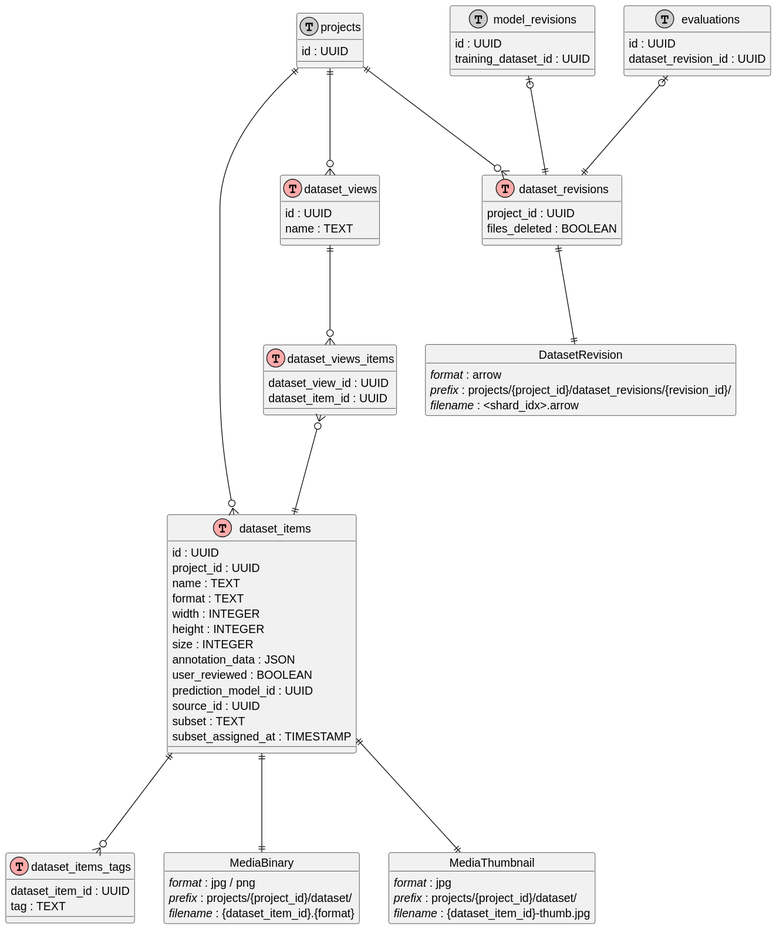
open-edge-platform/training_extensions keeps this PlantUML diagram as application/docs/media/storage/datasets.svg. Above is the earlier version. Source of this version:
```plantuml
@startuml
class dataset_items << (T,#FFAAAA) >> {
  id : UUID
  project_id : UUID
  name : TEXT
  format : TEXT
  width : INTEGER
  height : INTEGER
  size : INTEGER
  annotation_data : JSON
  user_reviewed : BOOLEAN
  prediction_model_id : UUID
  source_id : UUID
  subset : TEXT
  subset_assigned_at : TIMESTAMP
}

class dataset_items_tags << (T,#FFAAAA) >> {
  dataset_item_id : UUID
  tag : TEXT
}

dataset_items ||---o{ dataset_items_tags

class dataset_views << (T,#FFAAAA) >> {
  id : UUID
  name : TEXT
}

class dataset_views_items << (T,#FFAAAA) >> {
  dataset_view_id : UUID
  dataset_item_id : UUID
}

dataset_views ||---o{ dataset_views_items

dataset_views_items }o---|| dataset_items

class dataset_revisions << (T,#FFAAAA) >> {
  project_id : UUID
  files_deleted : BOOLEAN
}

object MediaBinary {
  <i>format</i> : jpg / png
  <i>prefix</i> : projects/{project_id}/dataset/
  <i>filename</i> : {dataset_item_id}.{format}
}

object MediaThumbnail {
  <i>format</i> : jpg
  <i>prefix</i> : projects/{project_id}/dataset/
  <i>filename</i> : {dataset_item_id}-thumb.jpg
}

object DatasetRevision {
  <i>format</i> : arrow
  <i>prefix</i> : projects/{project_id}/dataset_revisions/{revision_id}/
  <i>filename</i> : <shard_idx>.arrow
}

dataset_items ||---|| MediaBinary

dataset_items ||---|| MediaThumbnail

dataset_revisions ||---|| DatasetRevision

class projects << (T,#CCCCCC) >> {
  id : UUID
}

projects ||---o{ dataset_items
projects ||---o{ dataset_views
projects ||---o{ dataset_revisions

class model_revisions << (T,#CCCCCC) >> {
  id : UUID
  training_dataset_id : UUID
}

model_revisions |o---|| dataset_revisions

class evaluations << (T,#CCCCCC) >> {
  id : UUID
  dataset_revision_id : UUID
}

evaluations |o---|| dataset_revisions
@enduml
```
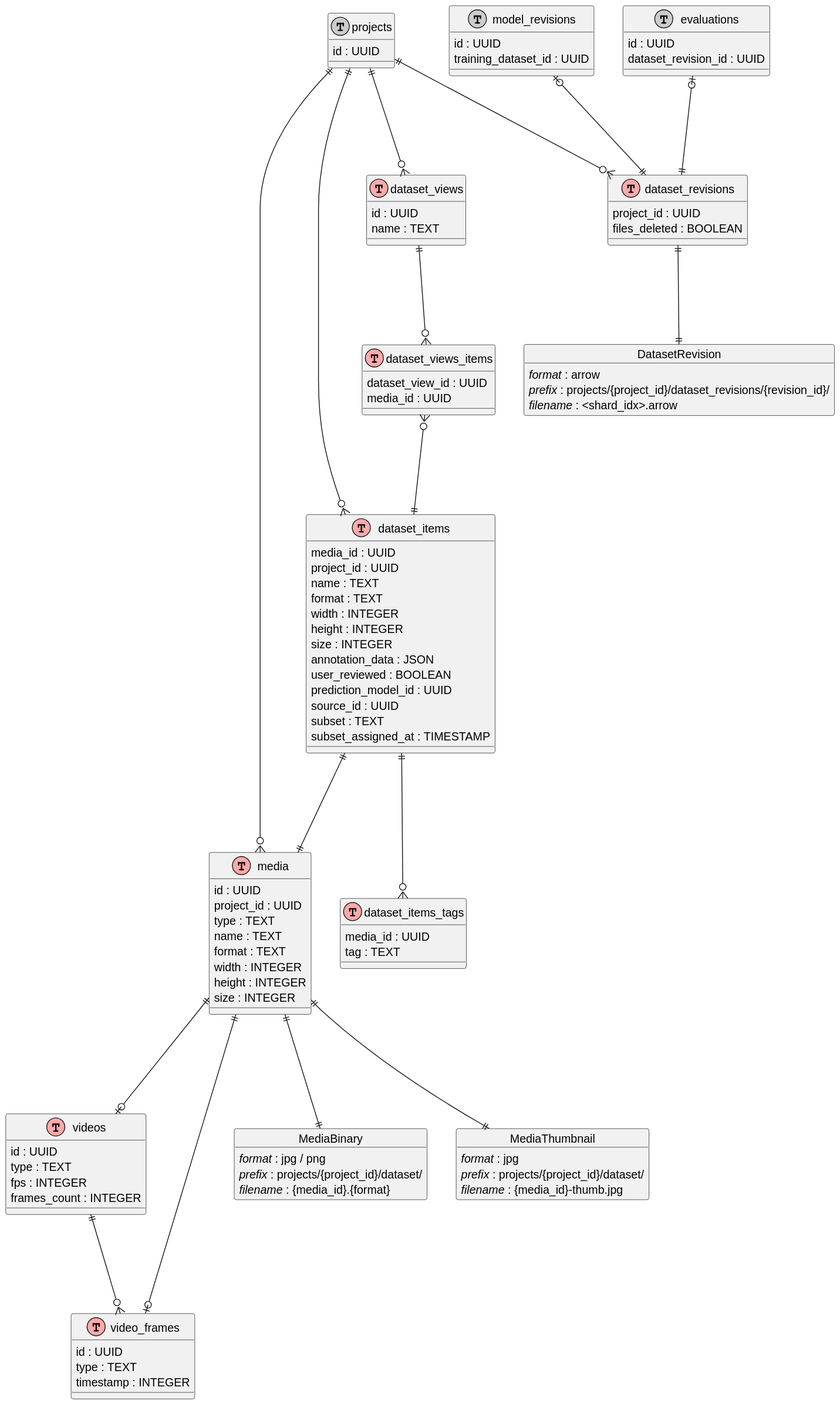
After the change.

Commit message:
Video upload design

What changed in the source:
```diff
@@ -1,6 +1,31 @@
 @startuml
+
+class media << (T,#FFAAAA) >> {
+  id : UUID
+  project_id : UUID
+  type : TEXT
+  name : TEXT
+  format : TEXT
+  width : INTEGER
+  height : INTEGER
+  size : INTEGER
+}
+
+class videos << (T,#FFAAAA) >> {
+  id : UUID
+  type : TEXT
+  fps : INTEGER
+  frames_count : INTEGER
+}
+
+class video_frames << (T,#FFAAAA) >> {
+  id : UUID
+  type : TEXT
+  timestamp : INTEGER
+}
+
 class dataset_items << (T,#FFAAAA) >> {
-  id : UUID
+  media_id : UUID
   project_id : UUID
   name : TEXT
   format : TEXT
@@ -16,7 +41,7 @@
 }
 
 class dataset_items_tags << (T,#FFAAAA) >> {
-  dataset_item_id : UUID
+  media_id : UUID
   tag : TEXT
 }
 
@@ -29,7 +54,7 @@
 
 class dataset_views_items << (T,#FFAAAA) >> {
   dataset_view_id : UUID
-  dataset_item_id : UUID
+  media_id : UUID
 }
 
 dataset_views ||---o{ dataset_views_items
@@ -44,13 +69,13 @@
 object MediaBinary {
   <i>format</i> : jpg / png
   <i>prefix</i> : projects/{project_id}/dataset/
-  <i>filename</i> : {dataset_item_id}.{format}
+  <i>filename</i> : {media_id}.{format}
 }
 
 object MediaThumbnail {
   <i>format</i> : jpg
   <i>prefix</i> : projects/{project_id}/dataset/
-  <i>filename</i> : {dataset_item_id}-thumb.jpg
+  <i>filename</i> : {media_id}-thumb.jpg
 }
 
 object DatasetRevision {
@@ -58,10 +83,6 @@
   <i>prefix</i> : projects/{project_id}/dataset_revisions/{revision_id}/
   <i>filename</i> : <shard_idx>.arrow
 }
-
-dataset_items ||---|| MediaBinary
-
-dataset_items ||---|| MediaThumbnail
 
 dataset_revisions ||---|| DatasetRevision
 
@@ -72,6 +93,15 @@
 projects ||---o{ dataset_items
 projects ||---o{ dataset_views
 projects ||---o{ dataset_revisions
+projects ||---o{ media
+
+dataset_items ||---|| media
+
+media ||---o| videos
+media ||---o| video_frames
+media ||---|| MediaBinary
+media ||---|| MediaThumbnail
+videos ||---o{ video_frames
 
 class model_revisions << (T,#CCCCCC) >> {
   id : UUID
```
